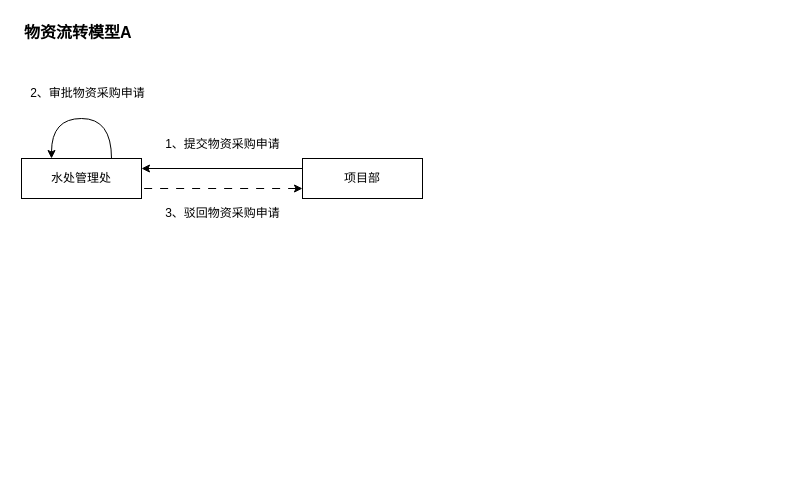
The draw.io diagram page "0001" (1 of 4) of src/main/work/zhonghuan/20231109095819.drawio in ab-doc/draw.io, before the edit. Source tidied: cells renumbered, new cells numbered last; positions are measured from the earlier drawing's top-left corner, leaving out a move shared by most shapes. Both pictures are drawn from the tidied source at 100%, with x=0, y=0 at pixel (17, 17).
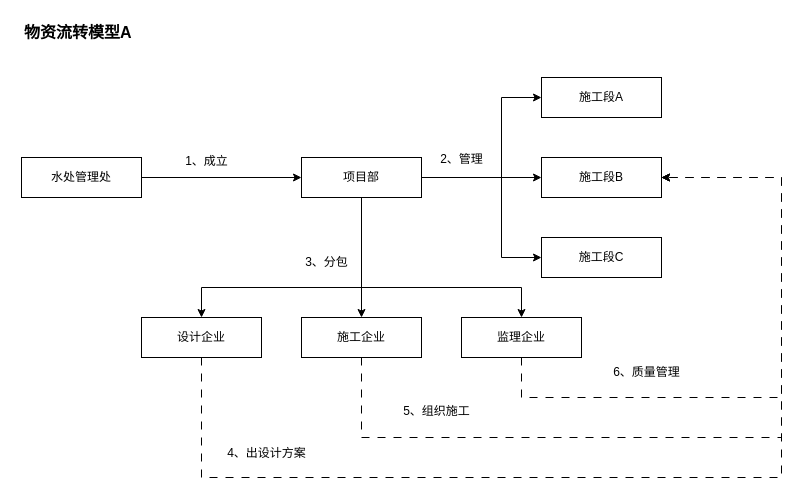
Above is the later version.

The edit, as a diff of the source:
```diff
@@
-    <mxCell id="3" style="rounded=0;jettySize=auto;html=1;entryX=1;entryY=0.25;entryDx=0;entryDy=0;exitX=0;exitY=0.25;exitDx=0;exitDy=0;" parent="1" edge="1" source="4" target="6">
+    <mxCell id="3" style="rounded=0;jettySize=auto;html=1;entryX=1;entryY=0.5;entryDx=0;entryDy=0;exitX=0;exitY=0.5;exitDx=0;exitDy=0;startArrow=classic;startFill=1;endArrow=none;endFill=0;" parent="1" edge="1" source="4" target="6">
       <mxGeometry relative="1" as="geometry" />
     </mxCell>
+    <mxCell id="11" style="edgeStyle=orthogonalEdgeStyle;rounded=0;jettySize=auto;html=1;entryX=0;entryY=0.5;entryDx=0;entryDy=0;" parent="1" edge="1" source="4" target="18">
+      <mxGeometry relative="1" as="geometry">
+        <Array as="points">
+          <mxPoint x="484" y="160" />
+          <mxPoint x="484" y="80" />
+        </Array>
+      </mxGeometry>
+    </mxCell>
+    <mxCell id="12" style="edgeStyle=orthogonalEdgeStyle;rounded=0;jettySize=auto;html=1;entryX=0;entryY=0.5;entryDx=0;entryDy=0;" parent="1" edge="1" source="4" target="19">
+      <mxGeometry relative="1" as="geometry">
+        <Array as="points">
+          <mxPoint x="484" y="160" />
+          <mxPoint x="484" y="240" />
+        </Array>
+      </mxGeometry>
+    </mxCell>
+    <mxCell id="13" style="edgeStyle=orthogonalEdgeStyle;rounded=0;jettySize=auto;html=1;" parent="1" edge="1" source="4" target="20">
+      <mxGeometry relative="1" as="geometry" />
+    </mxCell>
+    <mxCell id="14" style="edgeStyle=orthogonalEdgeStyle;rounded=0;jettySize=auto;html=1;exitX=0.5;exitY=1;exitDx=0;exitDy=0;" parent="1" edge="1" source="4" target="22">
+      <mxGeometry relative="1" as="geometry">
+        <Array as="points">
+          <mxPoint x="344" y="270" />
+          <mxPoint x="504" y="270" />
+        </Array>
+      </mxGeometry>
+    </mxCell>
+    <mxCell id="15" style="edgeStyle=orthogonalEdgeStyle;rounded=0;jettySize=auto;html=1;exitX=0.5;exitY=1;exitDx=0;exitDy=0;" parent="1" edge="1" source="4" target="24">
+      <mxGeometry relative="1" as="geometry">
+        <Array as="points">
+          <mxPoint x="344" y="270" />
+          <mxPoint x="184" y="270" />
+        </Array>
+      </mxGeometry>
+    </mxCell>
+    <mxCell id="16" style="edgeStyle=orthogonalEdgeStyle;rounded=0;jettySize=auto;html=1;" parent="1" edge="1" source="4" target="26">
+      <mxGeometry relative="1" as="geometry" />
+    </mxCell>
     <mxCell id="4" value="项目部" style="rounded=0;whiteSpace=wrap;html=1;" parent="1" vertex="1">
-      <mxGeometry x="285" y="141" width="120" height="40" as="geometry" />
+      <mxGeometry x="284" y="140" width="120" height="40" as="geometry" />
     </mxCell>
-    <mxCell id="5" style="edgeStyle=orthogonalEdgeStyle;rounded=0;orthogonalLoop=1;jettySize=auto;html=1;exitX=0.75;exitY=0;exitDx=0;exitDy=0;entryX=0.25;entryY=0;entryDx=0;entryDy=0;elbow=vertical;curved=1;" parent="1" edge="1" source="6" target="6">
-      <mxGeometry relative="1" as="geometry">
-        <Array as="points">
-          <mxPoint x="94" y="101" />
-          <mxPoint x="34" y="101" />
-        </Array>
-      </mxGeometry>
-    </mxCell>
     <mxCell id="6" value="水处管理处" style="rounded=0;whiteSpace=wrap;html=1;" parent="1" vertex="1">
-      <mxGeometry x="4" y="141" width="120" height="40" as="geometry" />
+      <mxGeometry x="4" y="140" width="120" height="40" as="geometry" />
     </mxCell>
-    <mxCell id="7" value="1、提交物资采购申请" style="text;html=1;align=center;verticalAlign=middle;strokeColor=none;fillColor=none;" parent="1" vertex="1">
-      <mxGeometry x="135" y="112" width="140" height="30" as="geometry" />
+    <mxCell id="7" value="1、成立" style="text;html=1;align=center;verticalAlign=middle;strokeColor=none;fillColor=none;" parent="1" vertex="1">
+      <mxGeometry x="154" y="129" width="70" height="30" as="geometry" />
     </mxCell>
-    <mxCell id="8" value="3、驳回物资采购申请" style="text;html=1;align=center;verticalAlign=middle;strokeColor=none;fillColor=none;" parent="1" vertex="1">
-      <mxGeometry x="135" y="181" width="140" height="30" as="geometry" />
-    </mxCell>
-    <mxCell id="9" style="rounded=0;jettySize=auto;html=1;entryX=1;entryY=0.75;entryDx=0;entryDy=0;exitX=0;exitY=0.75;exitDx=0;exitDy=0;startArrow=classic;startFill=1;endArrow=none;endFill=0;dashed=1;dashPattern=8 8;" parent="1" edge="1" source="4" target="6">
-      <mxGeometry relative="1" as="geometry" />
-    </mxCell>
-    <mxCell id="10" value="2、审批物资采购申请" style="text;html=1;align=center;verticalAlign=middle;strokeColor=none;fillColor=none;" parent="1" vertex="1">
-      <mxGeometry x="-0.5" y="61" width="140" height="30" as="geometry" />
-    </mxCell>
+    <mxCell id="17" value="3、分包" style="text;html=1;align=center;verticalAlign=middle;strokeColor=none;fillColor=none;" parent="1" vertex="1">
+      <mxGeometry x="274" y="230" width="70" height="30" as="geometry" />
+    </mxCell>
+    <mxCell id="18" value="施工段A" style="rounded=0;whiteSpace=wrap;html=1;" parent="1" vertex="1">
+      <mxGeometry x="524" y="60" width="120" height="40" as="geometry" />
+    </mxCell>
+    <mxCell id="19" value="施工段C" style="rounded=0;whiteSpace=wrap;html=1;" parent="1" vertex="1">
+      <mxGeometry x="524" y="220" width="120" height="40" as="geometry" />
+    </mxCell>
+    <mxCell id="20" value="施工段B" style="rounded=0;whiteSpace=wrap;html=1;" parent="1" vertex="1">
+      <mxGeometry x="524" y="140" width="120" height="40" as="geometry" />
+    </mxCell>
+    <mxCell id="21" style="edgeStyle=orthogonalEdgeStyle;rounded=0;jettySize=auto;html=1;entryX=1;entryY=0.5;entryDx=0;entryDy=0;dashed=1;dashPattern=8 8;" parent="1" edge="1" source="22" target="20">
+      <mxGeometry relative="1" as="geometry">
+        <Array as="points">
+          <mxPoint x="504" y="380" />
+          <mxPoint x="764" y="380" />
+          <mxPoint x="764" y="160" />
+        </Array>
+      </mxGeometry>
+    </mxCell>
+    <mxCell id="22" value="监理企业" style="rounded=0;whiteSpace=wrap;html=1;" parent="1" vertex="1">
+      <mxGeometry x="444" y="300" width="120" height="40" as="geometry" />
+    </mxCell>
+    <mxCell id="23" style="edgeStyle=orthogonalEdgeStyle;rounded=0;jettySize=auto;html=1;entryX=1;entryY=0.5;entryDx=0;entryDy=0;dashed=1;dashPattern=8 8;" parent="1" edge="1" source="24" target="20">
+      <mxGeometry relative="1" as="geometry">
+        <Array as="points">
+          <mxPoint x="184" y="460" />
+          <mxPoint x="764" y="460" />
+          <mxPoint x="764" y="160" />
+        </Array>
+      </mxGeometry>
+    </mxCell>
+    <mxCell id="24" value="设计企业" style="rounded=0;whiteSpace=wrap;html=1;" parent="1" vertex="1">
+      <mxGeometry x="124" y="300" width="120" height="40" as="geometry" />
+    </mxCell>
+    <mxCell id="25" style="edgeStyle=orthogonalEdgeStyle;rounded=0;jettySize=auto;html=1;entryX=1;entryY=0.5;entryDx=0;entryDy=0;dashed=1;dashPattern=8 8;" parent="1" edge="1" source="26" target="20">
+      <mxGeometry relative="1" as="geometry">
+        <Array as="points">
+          <mxPoint x="344" y="420" />
+          <mxPoint x="764" y="420" />
+          <mxPoint x="764" y="160" />
+        </Array>
+      </mxGeometry>
+    </mxCell>
+    <mxCell id="26" value="施工企业" style="rounded=0;whiteSpace=wrap;html=1;" parent="1" vertex="1">
+      <mxGeometry x="284" y="300" width="120" height="40" as="geometry" />
+    </mxCell>
+    <mxCell id="27" value="2、管理" style="text;html=1;align=center;verticalAlign=middle;strokeColor=none;fillColor=none;" parent="1" vertex="1">
+      <mxGeometry x="409" y="127" width="70" height="30" as="geometry" />
+    </mxCell>
+    <mxCell id="28" value="4、出设计方案" style="text;html=1;align=center;verticalAlign=middle;strokeColor=none;fillColor=none;" parent="1" vertex="1">
+      <mxGeometry x="199" y="421" width="100" height="30" as="geometry" />
+    </mxCell>
+    <mxCell id="29" value="5、组织施工" style="text;html=1;align=center;verticalAlign=middle;strokeColor=none;fillColor=none;" parent="1" vertex="1">
+      <mxGeometry x="374" y="379" width="90" height="30" as="geometry" />
+    </mxCell>
+    <mxCell id="30" value="6、质量管理" style="text;html=1;align=center;verticalAlign=middle;strokeColor=none;fillColor=none;" parent="1" vertex="1">
+      <mxGeometry x="584" y="340" width="90" height="30" as="geometry" />
+    </mxCell>
```
